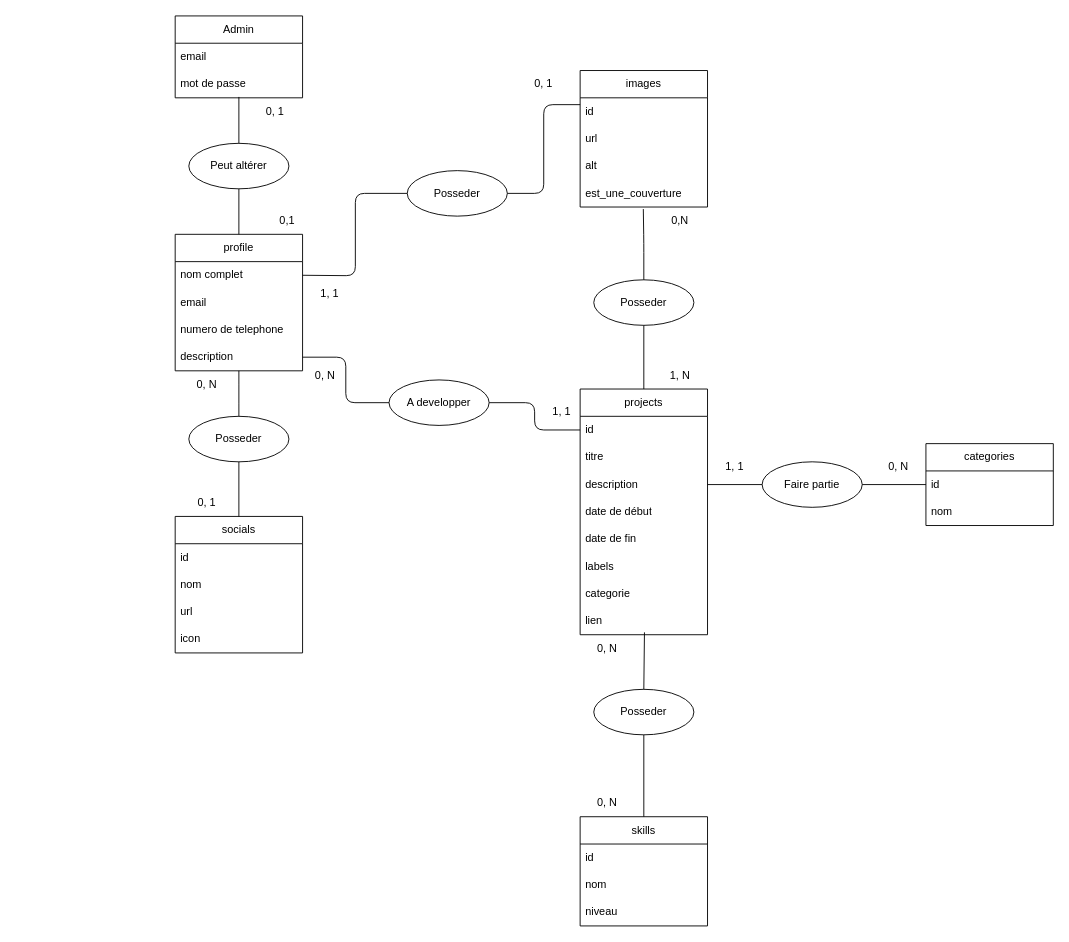
Above: B1/portfolio/docs/MCD.dio in gabrielcaboche-bit/3wacademy (draw.io), before the change. Source tidied: cells renumbered, new cells numbered last; positions are measured from the earlier drawing's top-left corner, leaving out a move shared by most shapes. Both pictures are drawn from the tidied source at 91%, with x=0, y=0 at pixel (175, 15).
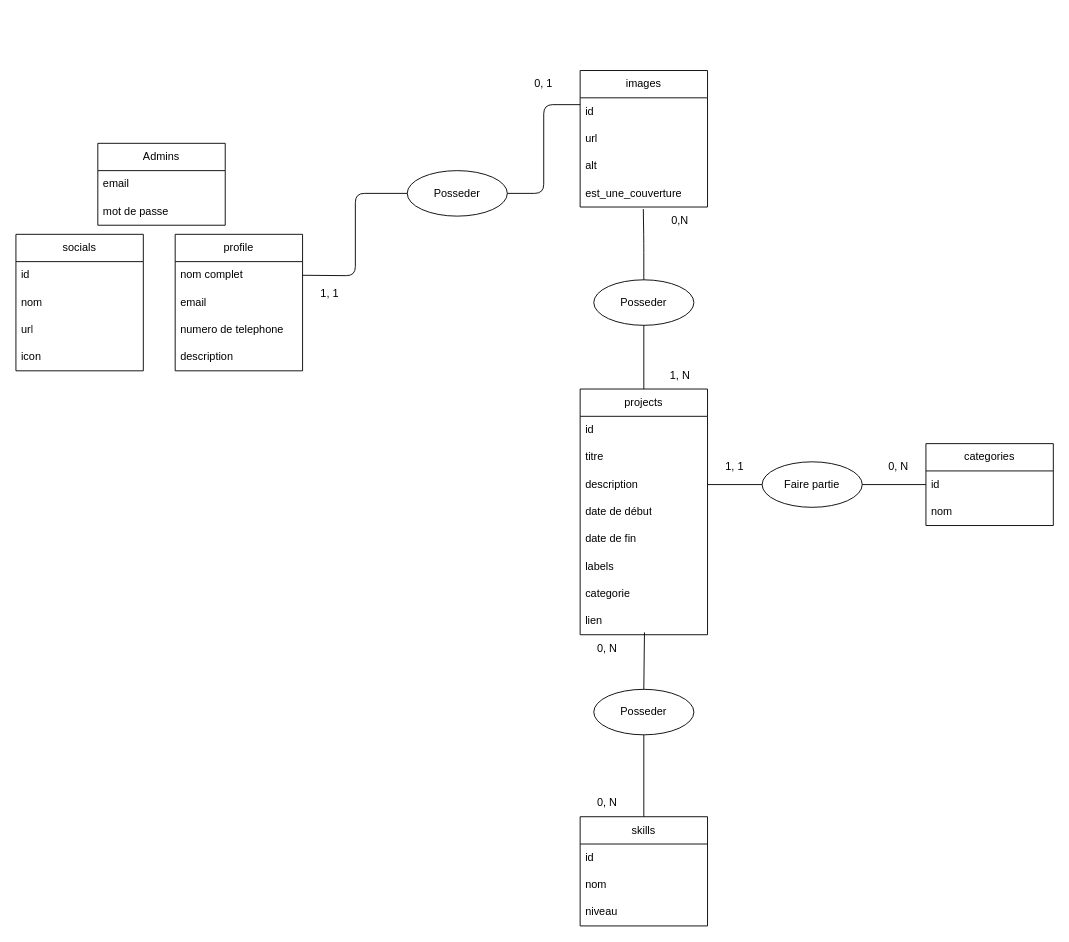
The same diagram, later.

The change refers to these unchanged cells:
```xml
<mxCell id="4" value="mot de passe" style="text;strokeColor=none;fillColor=none;align=left;verticalAlign=middle;spacingLeft=4;spacingRight=4;overflow=hidden;points=[[0,0.5],[1,0.5]];portConstraint=eastwest;whiteSpace=wrap;html=1;" parent="2" vertex="1">
  <mxGeometry y="60" width="140" height="30" as="geometry" />
</mxCell>
<mxCell id="11" value="id" style="text;strokeColor=none;fillColor=none;align=left;verticalAlign=middle;spacingLeft=4;spacingRight=4;overflow=hidden;points=[[0,0.5],[1,0.5]];portConstraint=eastwest;whiteSpace=wrap;html=1;" parent="10" vertex="1">
  <mxGeometry y="30" width="140" height="30" as="geometry" />
</mxCell>
<mxCell id="19" value="profile" style="swimlane;fontStyle=0;horizontal=1;startSize=30;whiteSpace=wrap;html=1;" parent="1" vertex="1">
  <mxGeometry y="240" width="140" height="150" as="geometry" />
</mxCell>
<mxCell id="23" value="description" style="text;strokeColor=none;fillColor=none;align=left;verticalAlign=middle;spacingLeft=4;spacingRight=4;overflow=hidden;points=[[0,0.5],[1,0.5]];portConstraint=eastwest;whiteSpace=wrap;html=1;" parent="19" vertex="1">
  <mxGeometry y="120" width="140" height="30" as="geometry" />
</mxCell>
```

Diff of the diagram source:
```diff
@@
-    <mxCell id="2" value="Admin" style="swimlane;fontStyle=0;horizontal=1;startSize=30;whiteSpace=wrap;html=1;" parent="1" vertex="1">
-      <mxGeometry width="140" height="90" as="geometry" />
+    <mxCell id="2" value="Admins" style="swimlane;fontStyle=0;horizontal=1;startSize=30;whiteSpace=wrap;html=1;" parent="1" vertex="1">
+      <mxGeometry x="-85" y="140" width="140" height="90" as="geometry" />
     </mxCell>
@@
     <mxCell id="28" value="socials" style="swimlane;fontStyle=0;horizontal=1;startSize=30;whiteSpace=wrap;html=1;" parent="1" vertex="1">
-      <mxGeometry y="550" width="140" height="150" as="geometry" />
+      <mxGeometry x="-175" y="240" width="140" height="150" as="geometry" />
     </mxCell>
@@
-    <mxCell id="36" value="Peut altérer" style="ellipse;whiteSpace=wrap;html=1;" parent="1" vertex="1">
-      <mxGeometry x="15" y="140" width="110" height="50" as="geometry" />
-    </mxCell>
-    <mxCell id="37" style="endArrow=none;html=1;entryX=0.5;entryY=0.967;entryDx=0;entryDy=0;entryPerimeter=0;exitX=0.5;exitY=0;exitDx=0;exitDy=0;" parent="1" edge="1" source="36" target="4">
-      <mxGeometry relative="1" as="geometry" />
-    </mxCell>
-    <mxCell id="38" style="endArrow=none;html=1;entryX=0.5;entryY=1;entryDx=0;entryDy=0;exitX=0.5;exitY=0;exitDx=0;exitDy=0;" parent="1" edge="1" source="19" target="36">
-      <mxGeometry relative="1" as="geometry" />
-    </mxCell>
-    <mxCell id="39" value="0, 1" style="text;html=1;align=center;verticalAlign=middle;whiteSpace=wrap;rounded=0;" parent="1" vertex="1">
-      <mxGeometry x="80" y="90" width="60" height="30" as="geometry" />
-    </mxCell>
-    <mxCell id="40" value="&lt;span style=&quot;white-space: pre;&quot;&gt;&#9;&lt;/span&gt;0,1" style="text;html=1;align=center;verticalAlign=middle;whiteSpace=wrap;rounded=0;" parent="1" vertex="1">
-      <mxGeometry x="80" y="210" width="60" height="30" as="geometry" />
-    </mxCell>
@@
-    <mxCell id="51" value="Posseder" style="ellipse;whiteSpace=wrap;html=1;" parent="1" vertex="1">
-      <mxGeometry x="15" y="440" width="110" height="50" as="geometry" />
-    </mxCell>
-    <mxCell id="52" style="endArrow=none;html=1;exitX=0.5;exitY=0;exitDx=0;exitDy=0;edgeStyle=orthogonalEdgeStyle;" parent="1" edge="1" source="51">
-      <mxGeometry relative="1" as="geometry">
-        <mxPoint x="70" y="390" as="targetPoint" />
-      </mxGeometry>
-    </mxCell>
-    <mxCell id="53" style="endArrow=none;html=1;exitX=0.5;exitY=0;exitDx=0;exitDy=0;edgeStyle=orthogonalEdgeStyle;entryX=0.5;entryY=1;entryDx=0;entryDy=0;" parent="1" edge="1" source="28" target="51">
-      <mxGeometry relative="1" as="geometry" />
-    </mxCell>
-    <mxCell id="54" value="A developper" style="ellipse;whiteSpace=wrap;html=1;" parent="1" vertex="1">
-      <mxGeometry x="235" y="400" width="110" height="50" as="geometry" />
-    </mxCell>
-    <mxCell id="55" style="endArrow=none;html=1;entryX=0;entryY=0.5;entryDx=0;entryDy=0;exitX=1;exitY=0.5;exitDx=0;exitDy=0;edgeStyle=orthogonalEdgeStyle;" parent="1" edge="1" source="23" target="54">
-      <mxGeometry relative="1" as="geometry" />
-    </mxCell>
-    <mxCell id="56" style="endArrow=none;html=1;entryX=0;entryY=0.5;entryDx=0;entryDy=0;exitX=1;exitY=0.5;exitDx=0;exitDy=0;edgeStyle=orthogonalEdgeStyle;" parent="1" edge="1" source="54" target="11">
-      <mxGeometry relative="1" as="geometry" />
-    </mxCell>
-    <mxCell id="57" value="0, N" style="text;html=1;align=center;verticalAlign=middle;whiteSpace=wrap;rounded=0;" parent="1" vertex="1">
-      <mxGeometry x="135" y="380" width="60" height="30" as="geometry" />
-    </mxCell>
-    <mxCell id="58" value="1, 1" style="text;html=1;align=center;verticalAlign=middle;whiteSpace=wrap;rounded=0;" parent="1" vertex="1">
-      <mxGeometry x="395" y="420" width="60" height="30" as="geometry" />
-    </mxCell>
@@
-    <mxCell id="69" value="0, N" style="text;html=1;align=center;verticalAlign=middle;whiteSpace=wrap;rounded=0;" parent="1" vertex="1">
-      <mxGeometry x="5" y="390" width="60" height="30" as="geometry" />
-    </mxCell>
-    <mxCell id="70" value="0, 1" style="text;html=1;align=center;verticalAlign=middle;whiteSpace=wrap;rounded=0;" parent="1" vertex="1">
-      <mxGeometry x="5" y="520" width="60" height="30" as="geometry" />
-    </mxCell>
```
